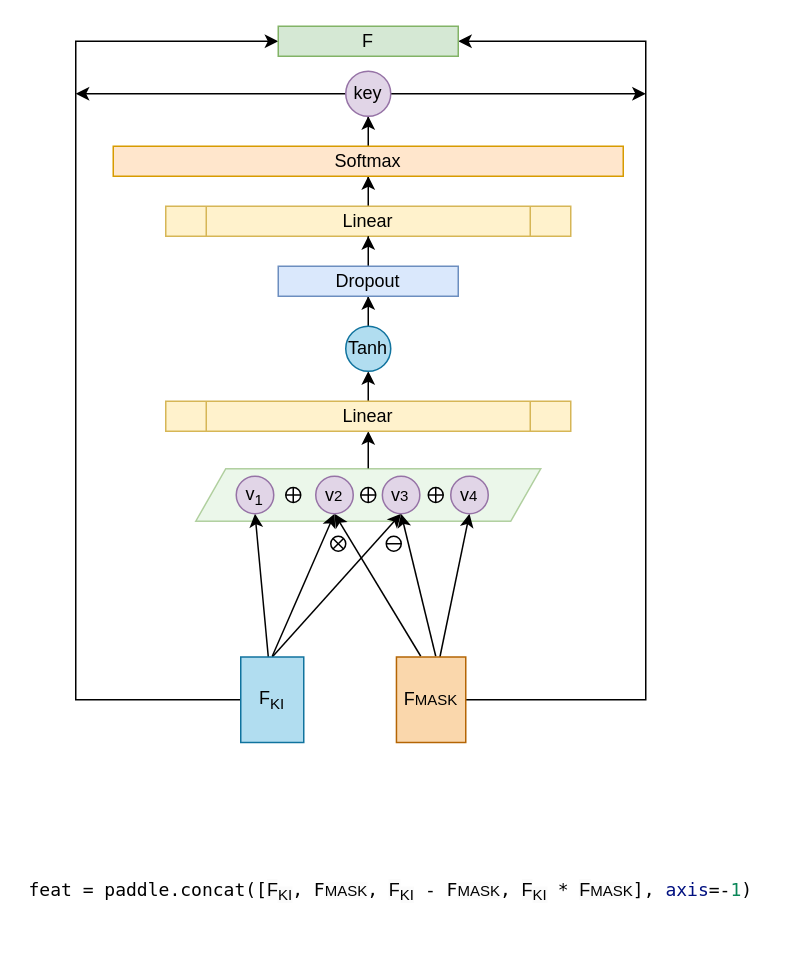
Earlier version of the draw.io diagram page "模糊-判别" (5 of 14) of 2.drawio (JiaXinLI98/myProject). Source tidied: cells renumbered, new cells numbered last; positions are measured from the earlier drawing's top-left corner, leaving out a move shared by most shapes. Both pictures are drawn from the tidied source at 150%, with x=0, y=0 at pixel (26, 26).
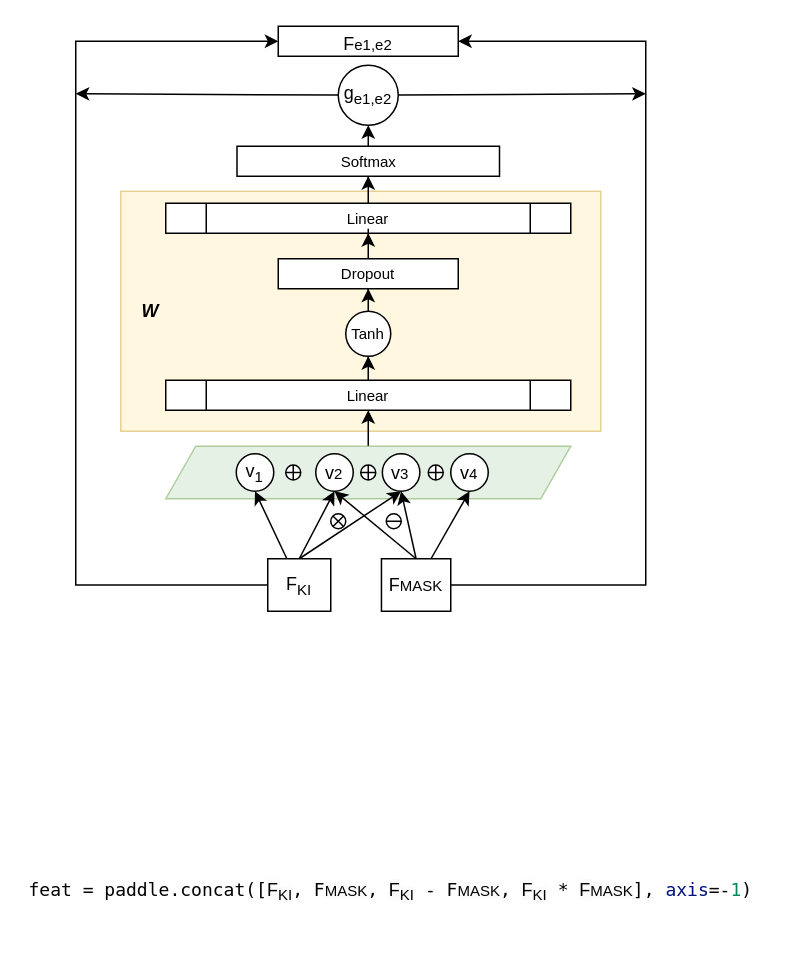
The same page after the edit.

What changed in the source:
```diff
@@
+    <mxCell id="38" style="rounded=0;whiteSpace=wrap;html=1;fillColor=#FFF2CC;strokeColor=#d6b656;opacity=60;" parent="1" vertex="1">
+      <mxGeometry x="63" y="110" width="320" height="160" as="geometry" />
+    </mxCell>
-    <mxCell id="2" style="edgeStyle=orthogonalEdgeStyle;rounded=0;jettySize=auto;html=1;entryX=0.5;entryY=1;entryDx=0;entryDy=0;" parent="1" edge="1" source="3">
-      <mxGeometry relative="1" as="geometry">
-        <mxPoint x="228" y="270" as="targetPoint" />
-      </mxGeometry>
+    <mxCell id="2" style="edgeStyle=orthogonalEdgeStyle;rounded=0;jettySize=auto;html=1;entryX=0.5;entryY=1;entryDx=0;entryDy=0;" parent="1" edge="1" source="3" target="23">
+      <mxGeometry relative="1" as="geometry" />
     </mxCell>
-    <mxCell id="3" style="shape=parallelogram;perimeter=parallelogramPerimeter;whiteSpace=wrap;html=1;fixedSize=1;fillColor=#DEF2DD;strokeColor=#82b366;opacity=60;" parent="1" vertex="1">
-      <mxGeometry x="113" y="295" width="230" height="35" as="geometry" />
+    <mxCell id="3" style="shape=parallelogram;perimeter=parallelogramPerimeter;whiteSpace=wrap;html=1;fixedSize=1;opacity=60;fillColor=#d5e8d4;strokeColor=#82b366;" parent="1" vertex="1">
+      <mxGeometry x="93" y="280" width="270" height="35" as="geometry" />
     </mxCell>
     <mxCell id="4" style="edgeStyle=orthogonalEdgeStyle;rounded=0;jettySize=auto;html=1;entryX=0;entryY=0.5;entryDx=0;entryDy=0;exitX=0;exitY=0.5;exitDx=0;exitDy=0;" parent="1" edge="1" source="8" target="21">
       <mxGeometry relative="1" as="geometry">
         <Array as="points">
-          <mxPoint x="33" y="449" />
+          <mxPoint x="33" y="373" />
           <mxPoint x="33" y="10" />
         </Array>
       </mxGeometry>
     </mxCell>
@@
-    <mxCell id="6" style="rounded=0;jettySize=auto;html=1;entryX=0.5;entryY=1;entryDx=0;entryDy=0;" parent="1" edge="1" target="30">
-      <mxGeometry relative="1" as="geometry">
-        <mxPoint x="164" y="420" as="sourcePoint" />
-      </mxGeometry>
+    <mxCell id="6" style="rounded=0;jettySize=auto;html=1;entryX=0.5;entryY=1;entryDx=0;entryDy=0;exitX=0.5;exitY=0;exitDx=0;exitDy=0;" parent="1" edge="1" source="8" target="30">
+      <mxGeometry relative="1" as="geometry" />
     </mxCell>
@@
-    <mxCell id="8" value="F&lt;sub&gt;KI&lt;/sub&gt;" style="rounded=0;whiteSpace=wrap;html=1;fillColor=#b1ddf0;strokeColor=#10739e;" parent="1" vertex="1">
-      <mxGeometry x="143" y="420.5" width="42" height="57" as="geometry" />
+    <mxCell id="8" value="F&lt;sub&gt;KI&lt;/sub&gt;" style="rounded=0;whiteSpace=wrap;html=1;" parent="1" vertex="1">
+      <mxGeometry x="161" y="355" width="42" height="35" as="geometry" />
     </mxCell>
     <mxCell id="9" style="edgeStyle=orthogonalEdgeStyle;rounded=0;jettySize=auto;html=1;entryX=1;entryY=0.5;entryDx=0;entryDy=0;exitX=1;exitY=0.5;exitDx=0;exitDy=0;" parent="1" edge="1" source="13" target="21">
       <mxGeometry relative="1" as="geometry">
         <Array as="points">
-          <mxPoint x="413" y="449" />
+          <mxPoint x="413" y="373" />
           <mxPoint x="413" y="10" />
         </Array>
       </mxGeometry>
     </mxCell>
-    <mxCell id="10" style="rounded=0;jettySize=auto;html=1;entryX=0.5;entryY=1;entryDx=0;entryDy=0;" parent="1" edge="1" target="30">
-      <mxGeometry relative="1" as="geometry">
-        <mxPoint x="263" y="420" as="sourcePoint" />
-      </mxGeometry>
+    <mxCell id="10" style="rounded=0;jettySize=auto;html=1;entryX=0.5;entryY=1;entryDx=0;entryDy=0;exitX=0.5;exitY=0;exitDx=0;exitDy=0;" parent="1" edge="1" source="13" target="30">
+      <mxGeometry relative="1" as="geometry" />
     </mxCell>
-    <mxCell id="11" style="rounded=0;jettySize=auto;html=1;entryX=0.5;entryY=1;entryDx=0;entryDy=0;" parent="1" edge="1" target="31">
-      <mxGeometry relative="1" as="geometry">
-        <mxPoint x="273" y="420" as="sourcePoint" />
-      </mxGeometry>
+    <mxCell id="11" style="rounded=0;jettySize=auto;html=1;entryX=0.5;entryY=1;entryDx=0;entryDy=0;exitX=0.5;exitY=0;exitDx=0;exitDy=0;" parent="1" edge="1" source="13" target="31">
+      <mxGeometry relative="1" as="geometry" />
     </mxCell>
@@
-    <mxCell id="13" value="F&lt;span style=&quot;font-size: 10px;&quot;&gt;MASK&lt;/span&gt;" style="rounded=0;whiteSpace=wrap;html=1;fillColor=#fad7ac;strokeColor=#b46504;" parent="1" vertex="1">
-      <mxGeometry x="246.8" y="420.5" width="46.2" height="57" as="geometry" />
+    <mxCell id="13" value="F&lt;span style=&quot;font-size: 10px;&quot;&gt;MASK&lt;/span&gt;" style="rounded=0;whiteSpace=wrap;html=1;" parent="1" vertex="1">
+      <mxGeometry x="236.8" y="355" width="46.2" height="35" as="geometry" />
     </mxCell>
@@
-    <mxCell id="15" value="Linear" style="shape=process;whiteSpace=wrap;html=1;backgroundOutline=1;fillColor=#fff2cc;strokeColor=#d6b656;" parent="1" vertex="1">
-      <mxGeometry x="93" y="120" width="270" height="20" as="geometry" />
+    <mxCell id="15" value="Linear" style="shape=process;whiteSpace=wrap;html=1;backgroundOutline=1;fontSize=10;" parent="1" vertex="1">
+      <mxGeometry x="93" y="118" width="270" height="20" as="geometry" />
     </mxCell>
-    <mxCell id="16" style="edgeStyle=orthogonalEdgeStyle;rounded=0;jettySize=auto;html=1;entryX=0.5;entryY=1;entryDx=0;entryDy=0;" parent="1" edge="1" source="17" target="20">
+    <mxCell id="16" style="rounded=0;jettySize=auto;html=1;entryX=0.5;entryY=1;entryDx=0;entryDy=0;" parent="1" edge="1" source="17" target="20">
       <mxGeometry relative="1" as="geometry" />
     </mxCell>
-    <mxCell id="17" value="Softmax" style="rounded=0;whiteSpace=wrap;html=1;fillColor=#ffe6cc;strokeColor=#d79b00;" parent="1" vertex="1">
-      <mxGeometry x="58" y="80" width="340" height="20" as="geometry" />
+    <mxCell id="17" value="Softmax" style="rounded=0;whiteSpace=wrap;html=1;fontSize=10;" parent="1" vertex="1">
+      <mxGeometry x="140.5" y="80" width="175" height="20" as="geometry" />
     </mxCell>
-    <mxCell id="18" style="edgeStyle=orthogonalEdgeStyle;rounded=0;jettySize=auto;html=1;" parent="1" edge="1" source="20">
+    <mxCell id="18" style="rounded=0;jettySize=auto;html=1;" parent="1" edge="1" source="20">
       <mxGeometry relative="1" as="geometry">
         <mxPoint x="33" y="45" as="targetPoint" />
       </mxGeometry>
     </mxCell>
-    <mxCell id="19" style="edgeStyle=orthogonalEdgeStyle;rounded=0;jettySize=auto;html=1;" parent="1" edge="1" source="20">
+    <mxCell id="19" style="rounded=0;jettySize=auto;html=1;" parent="1" edge="1" source="20">
       <mxGeometry relative="1" as="geometry">
         <mxPoint x="413" y="45" as="targetPoint" />
       </mxGeometry>
     </mxCell>
-    <mxCell id="20" value="key" style="ellipse;whiteSpace=wrap;html=1;fillColor=#e1d5e7;strokeColor=#9673a6;" parent="1" vertex="1">
-      <mxGeometry x="213" y="30" width="30" height="30" as="geometry" />
+    <mxCell id="20" value="g&lt;sub style=&quot;border-color: var(--border-color);&quot;&gt;e1,e2&lt;/sub&gt;" style="ellipse;whiteSpace=wrap;html=1;" parent="1" vertex="1">
+      <mxGeometry x="208" y="26" width="40" height="40" as="geometry" />
     </mxCell>
-    <mxCell id="21" value="F" style="rounded=0;whiteSpace=wrap;html=1;fillColor=#d5e8d4;strokeColor=#82b366;" parent="1" vertex="1">
+    <mxCell id="21" value="&lt;sub style=&quot;border-color: var(--border-color);&quot;&gt;&lt;span style=&quot;font-size: 12px;&quot;&gt;F&lt;/span&gt;e1,e2&lt;/sub&gt;" style="rounded=0;whiteSpace=wrap;html=1;" parent="1" vertex="1">
       <mxGeometry x="168" width="120" height="20" as="geometry" />
     </mxCell>
-    <mxCell id="22" style="edgeStyle=orthogonalEdgeStyle;rounded=0;jettySize=auto;html=1;entryX=0.5;entryY=1;entryDx=0;entryDy=0;" parent="1" edge="1" source="23">
-      <mxGeometry relative="1" as="geometry">
-        <mxPoint x="228" y="230" as="targetPoint" />
-      </mxGeometry>
+    <mxCell id="22" style="edgeStyle=orthogonalEdgeStyle;rounded=0;jettySize=auto;html=1;entryX=0.5;entryY=1;entryDx=0;entryDy=0;" parent="1" edge="1" source="23" target="25">
+      <mxGeometry relative="1" as="geometry" />
     </mxCell>
-    <mxCell id="23" value="Linear" style="shape=process;whiteSpace=wrap;html=1;backgroundOutline=1;fillColor=#fff2cc;strokeColor=#d6b656;" parent="1" vertex="1">
-      <mxGeometry x="93" y="250" width="270" height="20" as="geometry" />
+    <mxCell id="23" value="Linear" style="shape=process;whiteSpace=wrap;html=1;backgroundOutline=1;fontSize=10;" parent="1" vertex="1">
+      <mxGeometry x="93" y="236" width="270" height="20" as="geometry" />
     </mxCell>
@@
-    <mxCell id="25" value="Tanh" style="ellipse;whiteSpace=wrap;html=1;fillColor=#b1ddf0;strokeColor=#10739e;" parent="1" vertex="1">
-      <mxGeometry x="213" y="200" width="30" height="30" as="geometry" />
+    <mxCell id="25" value="Tanh" style="ellipse;whiteSpace=wrap;html=1;fontSize=10;" parent="1" vertex="1">
+      <mxGeometry x="213" y="190" width="30" height="30" as="geometry" />
     </mxCell>
@@
-    <mxCell id="27" value="Dropout" style="rounded=0;whiteSpace=wrap;html=1;fillColor=#dae8fc;strokeColor=#6c8ebf;" parent="1" vertex="1">
-      <mxGeometry x="168" y="160" width="120" height="20" as="geometry" />
+    <mxCell id="27" value="Dropout" style="rounded=0;whiteSpace=wrap;html=1;fontSize=10;" parent="1" vertex="1">
+      <mxGeometry x="168" y="155" width="120" height="20" as="geometry" />
     </mxCell>
     <mxCell id="28" style="shape=sumEllipse;perimeter=ellipsePerimeter;whiteSpace=wrap;html=1;backgroundOutline=1;" parent="1" vertex="1">
-      <mxGeometry x="203" y="340" width="10" height="10" as="geometry" />
+      <mxGeometry x="203" y="325" width="10" height="10" as="geometry" />
     </mxCell>
-    <mxCell id="29" value="v&lt;sub&gt;1&lt;/sub&gt;" style="ellipse;whiteSpace=wrap;html=1;fillColor=#e1d5e7;strokeColor=#9673a6;" parent="1" vertex="1">
-      <mxGeometry x="140" y="300" width="25" height="25" as="geometry" />
+    <mxCell id="29" value="v&lt;sub&gt;1&lt;/sub&gt;" style="ellipse;whiteSpace=wrap;html=1;" parent="1" vertex="1">
+      <mxGeometry x="140" y="285" width="25" height="25" as="geometry" />
     </mxCell>
-    <mxCell id="30" value="v&lt;span style=&quot;font-size: 10px;&quot;&gt;2&lt;/span&gt;" style="ellipse;whiteSpace=wrap;html=1;fillColor=#e1d5e7;strokeColor=#9673a6;" parent="1" vertex="1">
-      <mxGeometry x="193" y="300" width="25" height="25" as="geometry" />
+    <mxCell id="30" value="v&lt;span style=&quot;font-size: 10px;&quot;&gt;2&lt;/span&gt;" style="ellipse;whiteSpace=wrap;html=1;" parent="1" vertex="1">
+      <mxGeometry x="193" y="285" width="25" height="25" as="geometry" />
     </mxCell>
-    <mxCell id="31" value="v&lt;span style=&quot;font-size: 10px;&quot;&gt;3&lt;/span&gt;" style="ellipse;whiteSpace=wrap;html=1;fillColor=#e1d5e7;strokeColor=#9673a6;" parent="1" vertex="1">
-      <mxGeometry x="237.4" y="300" width="25" height="25" as="geometry" />
+    <mxCell id="31" value="v&lt;span style=&quot;font-size: 10px;&quot;&gt;3&lt;/span&gt;" style="ellipse;whiteSpace=wrap;html=1;" parent="1" vertex="1">
+      <mxGeometry x="237.4" y="285" width="25" height="25" as="geometry" />
     </mxCell>
-    <mxCell id="32" value="v&lt;span style=&quot;font-size: 10px;&quot;&gt;4&lt;/span&gt;" style="ellipse;whiteSpace=wrap;html=1;fillColor=#e1d5e7;strokeColor=#9673a6;" parent="1" vertex="1">
-      <mxGeometry x="283" y="300" width="25" height="25" as="geometry" />
+    <mxCell id="32" value="v&lt;span style=&quot;font-size: 10px;&quot;&gt;4&lt;/span&gt;" style="ellipse;whiteSpace=wrap;html=1;" parent="1" vertex="1">
+      <mxGeometry x="283" y="285" width="25" height="25" as="geometry" />
     </mxCell>
     <mxCell id="33" style="shape=orEllipse;perimeter=ellipsePerimeter;whiteSpace=wrap;html=1;backgroundOutline=1;" parent="1" vertex="1">
-      <mxGeometry x="268" y="307.5" width="10" height="10" as="geometry" />
+      <mxGeometry x="268" y="292.5" width="10" height="10" as="geometry" />
     </mxCell>
     <mxCell id="34" style="shape=orEllipse;perimeter=ellipsePerimeter;whiteSpace=wrap;html=1;backgroundOutline=1;" parent="1" vertex="1">
-      <mxGeometry x="223" y="307.5" width="10" height="10" as="geometry" />
+      <mxGeometry x="223" y="292.5" width="10" height="10" as="geometry" />
     </mxCell>
     <mxCell id="35" style="shape=orEllipse;perimeter=ellipsePerimeter;whiteSpace=wrap;html=1;backgroundOutline=1;" parent="1" vertex="1">
-      <mxGeometry x="173" y="307.5" width="10" height="10" as="geometry" />
+      <mxGeometry x="173" y="292.5" width="10" height="10" as="geometry" />
     </mxCell>
     <mxCell id="36" style="shape=lineEllipse;perimeter=ellipsePerimeter;whiteSpace=wrap;html=1;backgroundOutline=1;" parent="1" vertex="1">
-      <mxGeometry x="240" y="340" width="10" height="10" as="geometry" />
+      <mxGeometry x="240" y="325" width="10" height="10" as="geometry" />
     </mxCell>
@@
+    <mxCell id="39" value="&lt;b&gt;&lt;i&gt;W&lt;/i&gt;&lt;/b&gt;" style="text;html=1;strokeColor=none;fillColor=none;align=center;verticalAlign=middle;whiteSpace=wrap;rounded=0;" parent="1" vertex="1">
+      <mxGeometry x="53" y="175" width="60" height="30" as="geometry" />
+    </mxCell>
```
